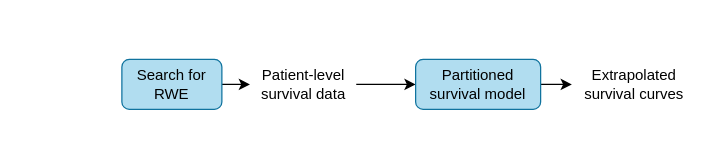
The draw.io diagram docs/images/detailed_stage2.drawio in nice-digital/NICE-model-repo, before the edit. Source tidied: cells renumbered, new cells numbered last; positions are measured from the earlier drawing's top-left corner, leaving out a move shared by most shapes. Both pictures are drawn from the tidied source at 125%, with x=0, y=0 at pixel (121, 59).
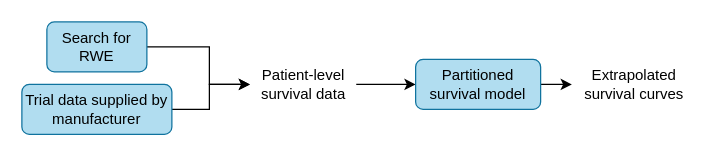
Above is the later version.

What changed in the source:
```diff
@@
 <mxGraphModel>
   <root>
     <mxCell id="0" />
     <mxCell id="1" parent="0" />
     <mxCell id="2" style="edgeStyle=orthogonalEdgeStyle;rounded=0;jettySize=auto;html=1;exitX=1;exitY=0.5;exitDx=0;exitDy=0;entryX=0;entryY=0.5;entryDx=0;entryDy=0;" parent="1" edge="1" source="3" target="5">
-      <mxGeometry relative="1" as="geometry" />
+      <mxGeometry relative="1" as="geometry">
+        <Array as="points">
+          <mxPoint x="70" y="-10" />
+          <mxPoint x="70" y="20" />
+        </Array>
+      </mxGeometry>
     </mxCell>
     <mxCell id="3" value="Search for RWE" style="rounded=1;whiteSpace=wrap;html=1;fillColor=#b1ddf0;strokeColor=#10739e;" parent="1" vertex="1">
-      <mxGeometry width="80" height="40" as="geometry" />
+      <mxGeometry x="-60" y="-30" width="80" height="40" as="geometry" />
     </mxCell>
     <mxCell id="4" style="edgeStyle=orthogonalEdgeStyle;rounded=0;jettySize=auto;html=1;exitX=1;exitY=0.5;exitDx=0;exitDy=0;entryX=0;entryY=0.5;entryDx=0;entryDy=0;" parent="1" edge="1" source="5" target="7">
       <mxGeometry relative="1" as="geometry" />
     </mxCell>
     <mxCell id="5" value="Patient-level survival data" style="rounded=1;whiteSpace=wrap;html=1;fillColor=none;strokeColor=none;" parent="1" vertex="1">
       <mxGeometry x="102.5" width="85" height="40" as="geometry" />
     </mxCell>
     <mxCell id="6" style="edgeStyle=orthogonalEdgeStyle;rounded=0;jettySize=auto;html=1;exitX=1;exitY=0.5;exitDx=0;exitDy=0;entryX=0;entryY=0.5;entryDx=0;entryDy=0;" parent="1" edge="1" source="7" target="8">
       <mxGeometry relative="1" as="geometry" />
     </mxCell>
     <mxCell id="7" value="Partitioned survival model" style="rounded=1;whiteSpace=wrap;html=1;fillColor=#b1ddf0;strokeColor=#10739e;" parent="1" vertex="1">
       <mxGeometry x="235" width="100" height="40" as="geometry" />
     </mxCell>
     <mxCell id="8" value="Extrapolated survival curves" style="rounded=1;whiteSpace=wrap;html=1;fillColor=none;strokeColor=none;" parent="1" vertex="1">
       <mxGeometry x="360" width="100" height="40" as="geometry" />
     </mxCell>
+    <mxCell id="9" style="edgeStyle=orthogonalEdgeStyle;rounded=0;jettySize=auto;html=1;exitX=1;exitY=0.5;exitDx=0;exitDy=0;entryX=0;entryY=0.5;entryDx=0;entryDy=0;" parent="1" edge="1" source="10" target="5">
+      <mxGeometry relative="1" as="geometry">
+        <Array as="points">
+          <mxPoint x="70" y="40" />
+          <mxPoint x="70" y="20" />
+        </Array>
+      </mxGeometry>
+    </mxCell>
+    <mxCell id="10" value="Trial data supplied by manufacturer" style="rounded=1;whiteSpace=wrap;html=1;fillColor=#b1ddf0;strokeColor=#10739e;" parent="1" vertex="1">
+      <mxGeometry x="-80" y="20" width="120" height="40" as="geometry" />
+    </mxCell>
   </root>
 </mxGraphModel>
```
